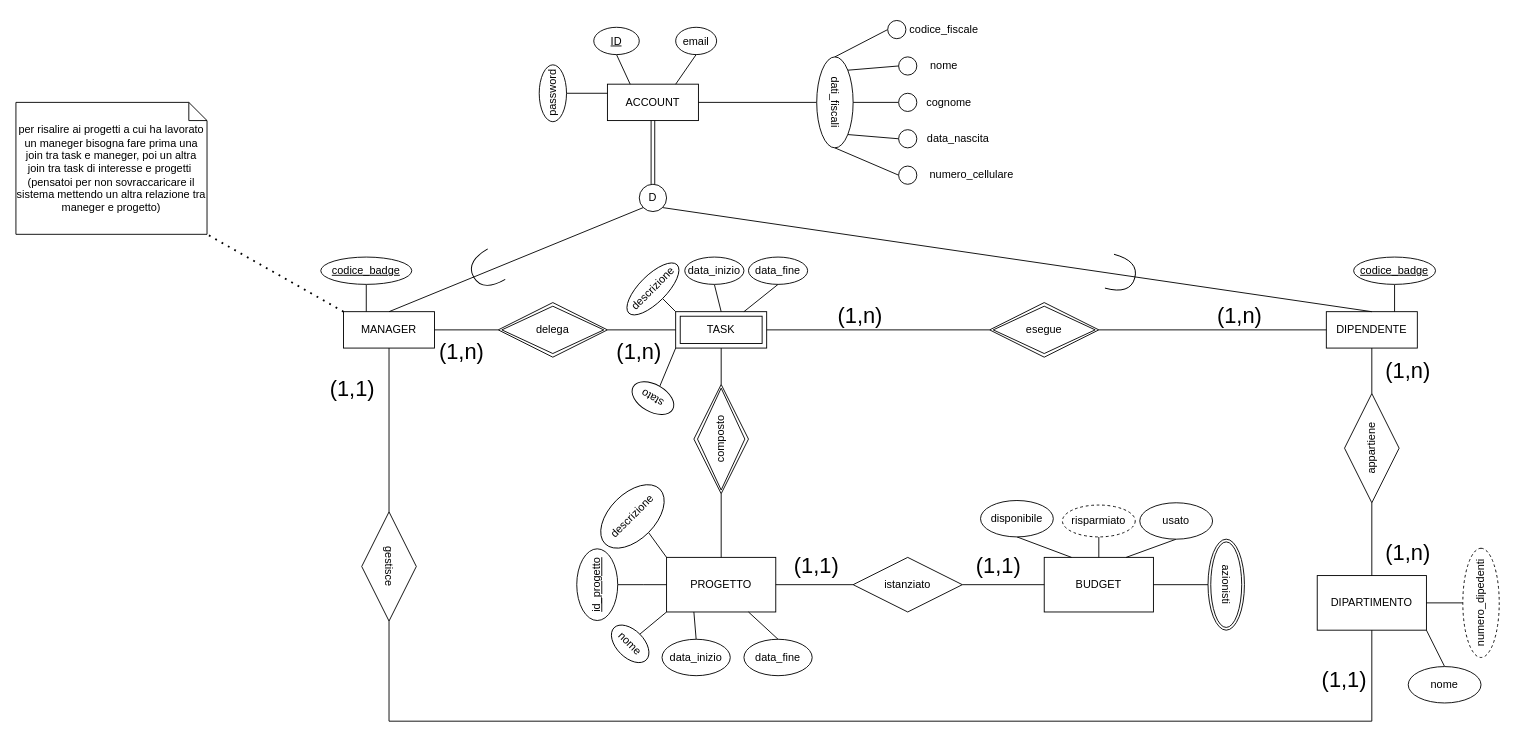
This is GestionaleAziendale.drawio from geppy-00/Progetto-Basi-Di-Dati, a draw.io file, before an edit. Source tidied: cells renumbered, new cells numbered last; positions are measured from the earlier drawing's top-left corner, leaving out a move shared by most shapes. Both pictures are drawn from the tidied source at 91%, with x=0, y=0 at pixel (15, 15).
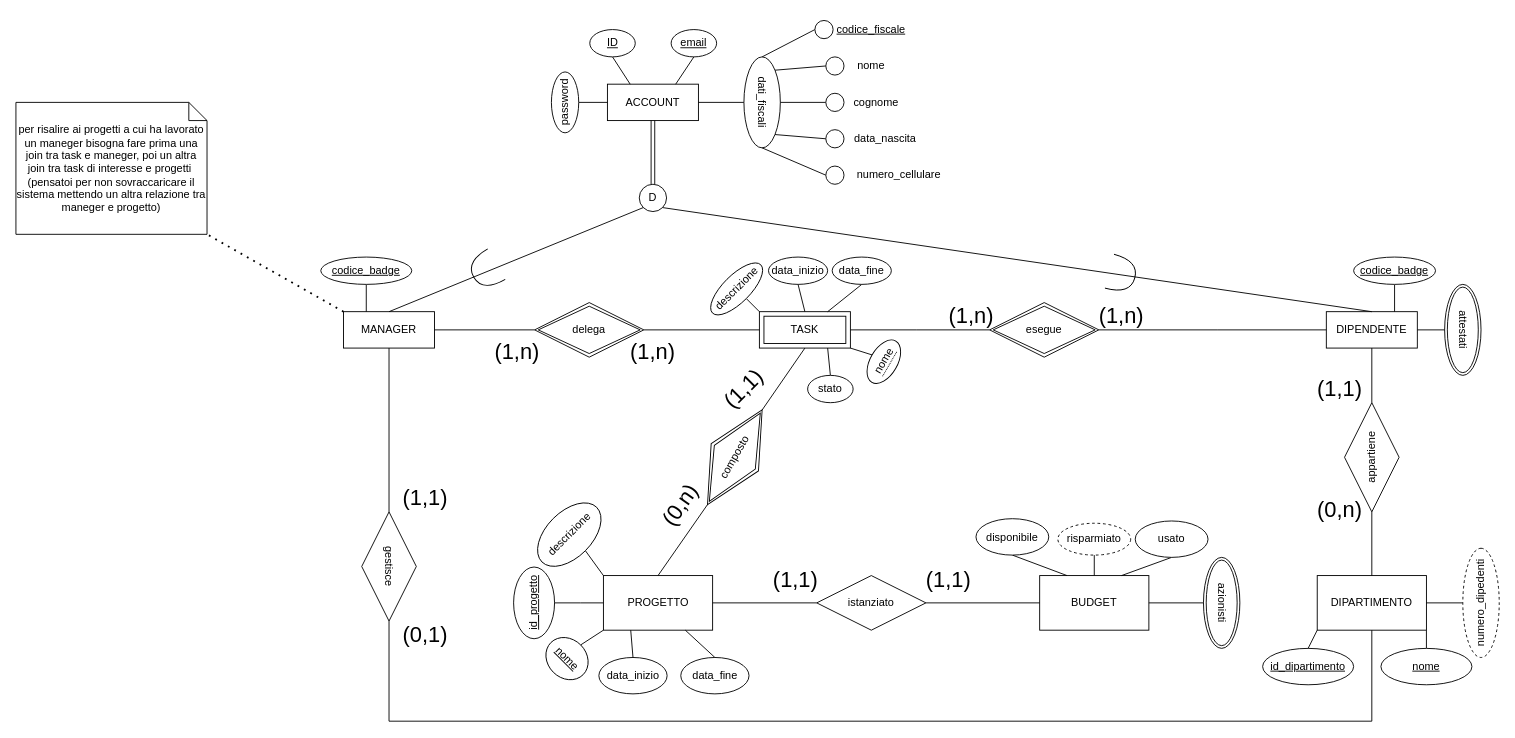
The same diagram, later.

The change refers to these unchanged cells:
```xml
<mxCell id="4" value="ACCOUNT" style="whiteSpace=wrap;html=1;align=center;" parent="1" vertex="1">
  <mxGeometry x="650" y="75" width="100" height="40" as="geometry" />
</mxCell>
<mxCell id="5" value="DIPENDENTE" style="whiteSpace=wrap;html=1;align=center;" parent="1" vertex="1">
  <mxGeometry x="1440" y="325" width="100" height="40" as="geometry" />
</mxCell>
<mxCell id="12" value="esegue" style="shape=rhombus;double=1;perimeter=rhombusPerimeter;whiteSpace=wrap;html=1;align=center;rotation=0;" parent="1" vertex="1">
  <mxGeometry x="1070" y="315" width="120" height="60" as="geometry" />
</mxCell>
<mxCell id="23" value="DIPARTIMENTO" style="rounded=0;whiteSpace=wrap;html=1;" parent="1" vertex="1">
  <mxGeometry x="1430" y="615" width="120" height="60" as="geometry" />
</mxCell>
```

Change to the diagram source:
```diff
@@
     <mxCell id="2" value="TASK" style="shape=ext;margin=3;double=1;whiteSpace=wrap;html=1;align=center;" parent="1" vertex="1">
-      <mxGeometry x="725" y="325" width="100" height="40" as="geometry" />
+      <mxGeometry x="817" y="325" width="100" height="40" as="geometry" />
     </mxCell>
@@
     <mxCell id="10" value="PROGETTO" style="rounded=0;whiteSpace=wrap;html=1;" parent="1" vertex="1">
-      <mxGeometry x="715" y="595" width="120" height="60" as="geometry" />
+      <mxGeometry x="645.6" y="615" width="120" height="60" as="geometry" />
     </mxCell>
@@
     <mxCell id="14" value="delega" style="shape=rhombus;double=1;perimeter=rhombusPerimeter;whiteSpace=wrap;html=1;align=center;rotation=0;" parent="1" vertex="1">
-      <mxGeometry x="530" y="315" width="120" height="60" as="geometry" />
+      <mxGeometry x="570" y="315" width="120" height="60" as="geometry" />
     </mxCell>
     <mxCell id="15" value="BUDGET" style="rounded=0;whiteSpace=wrap;html=1;" parent="1" vertex="1">
-      <mxGeometry x="1130" y="595" width="120" height="60" as="geometry" />
+      <mxGeometry x="1125" y="615" width="120" height="60" as="geometry" />
     </mxCell>
     <mxCell id="16" value="azionisti" style="ellipse;shape=doubleEllipse;margin=3;whiteSpace=wrap;html=1;align=center;rotation=90;" parent="1" vertex="1">
-      <mxGeometry x="1280" y="605" width="100" height="40" as="geometry" />
+      <mxGeometry x="1275" y="625" width="100" height="40" as="geometry" />
     </mxCell>
@@
-    <mxCell id="19" value="composto" style="shape=rhombus;double=1;perimeter=rhombusPerimeter;whiteSpace=wrap;html=1;align=center;rotation=-90;" parent="1" vertex="1">
-      <mxGeometry x="715" y="435" width="120" height="60" as="geometry" />
+    <mxCell id="19" value="composto" style="shape=rhombus;double=1;perimeter=rhombusPerimeter;whiteSpace=wrap;html=1;align=center;rotation=-60;" parent="1" vertex="1">
+      <mxGeometry x="730" y="455" width="120" height="60" as="geometry" />
     </mxCell>
@@
     <mxCell id="22" value="dati_fiscali" style="ellipse;whiteSpace=wrap;html=1;align=center;rotation=90;" parent="1" vertex="1">
-      <mxGeometry x="850" y="75" width="100" height="40" as="geometry" />
+      <mxGeometry x="770" y="75" width="100" height="40" as="geometry" />
     </mxCell>
@@
     <mxCell id="24" value="appartiene" style="shape=rhombus;perimeter=rhombusPerimeter;whiteSpace=wrap;html=1;align=center;rotation=-90;" parent="1" vertex="1">
-      <mxGeometry x="1430" y="445" width="120" height="60" as="geometry" />
+      <mxGeometry x="1430" y="455" width="120" height="60" as="geometry" />
     </mxCell>
@@
     <mxCell id="29" style="endArrow=none;html=1;rounded=0;exitX=0;exitY=0.5;exitDx=0;exitDy=0;entryX=1;entryY=0.5;entryDx=0;entryDy=0;" parent="1" edge="1" source="12" target="2">
-      <mxGeometry relative="1" as="geometry" />
+      <mxGeometry relative="1" as="geometry">
+        <Array as="points">
+          <mxPoint x="990" y="345" />
+        </Array>
+      </mxGeometry>
     </mxCell>
     <mxCell id="30" style="endArrow=none;html=1;rounded=0;exitX=0;exitY=0.5;exitDx=0;exitDy=0;entryX=1;entryY=0.5;entryDx=0;entryDy=0;" parent="1" edge="1" source="5" target="12">
-      <mxGeometry relative="1" as="geometry" />
+      <mxGeometry relative="1" as="geometry">
+        <Array as="points">
+          <mxPoint x="1320" y="345" />
+        </Array>
+      </mxGeometry>
     </mxCell>
@@
     <mxCell id="36" value="istanziato" style="shape=rhombus;perimeter=rhombusPerimeter;whiteSpace=wrap;html=1;align=center;" parent="1" vertex="1">
-      <mxGeometry x="920" y="595" width="120" height="60" as="geometry" />
+      <mxGeometry x="880" y="615" width="120" height="60" as="geometry" />
     </mxCell>
@@
     <mxCell id="42" style="ellipse;whiteSpace=wrap;html=1;" parent="1" vertex="1">
-      <mxGeometry x="970" y="45" width="20" height="20" as="geometry" />
+      <mxGeometry x="890" y="45" width="20" height="20" as="geometry" />
     </mxCell>
     <mxCell id="43" style="ellipse;whiteSpace=wrap;html=1;" parent="1" vertex="1">
-      <mxGeometry x="970" y="85" width="20" height="20" as="geometry" />
+      <mxGeometry x="890" y="85" width="20" height="20" as="geometry" />
     </mxCell>
     <mxCell id="44" style="ellipse;whiteSpace=wrap;html=1;" parent="1" vertex="1">
-      <mxGeometry x="970" y="125" width="20" height="20" as="geometry" />
+      <mxGeometry x="890" y="125" width="20" height="20" as="geometry" />
     </mxCell>
     <mxCell id="45" value="nome" style="text;html=1;align=center;verticalAlign=middle;whiteSpace=wrap;rounded=0;" parent="1" vertex="1">
-      <mxGeometry x="990" y="40" width="60" height="30" as="geometry" />
+      <mxGeometry x="910" y="40" width="60" height="30" as="geometry" />
     </mxCell>
     <mxCell id="46" value="cognome" style="text;html=1;align=center;verticalAlign=middle;strokeColor=none;fillColor=none;" parent="1" vertex="1">
-      <mxGeometry x="990" y="80" width="70" height="30" as="geometry" />
+      <mxGeometry x="910" y="80" width="70" height="30" as="geometry" />
     </mxCell>
     <mxCell id="47" value="data_nascita" style="text;html=1;align=center;verticalAlign=middle;strokeColor=none;fillColor=none;" parent="1" vertex="1">
-      <mxGeometry x="990" y="120" width="90" height="30" as="geometry" />
+      <mxGeometry x="910" y="120" width="90" height="30" as="geometry" />
     </mxCell>
@@
     <mxCell id="49" style="ellipse;whiteSpace=wrap;html=1;" parent="1" vertex="1">
-      <mxGeometry x="958" y="5" width="20" height="20" as="geometry" />
+      <mxGeometry x="878" y="5" width="20" height="20" as="geometry" />
     </mxCell>
-    <mxCell id="50" value="codice_fiscale" style="text;html=1;align=center;verticalAlign=middle;whiteSpace=wrap;rounded=0;" parent="1" vertex="1">
-      <mxGeometry x="990" width="60" height="30" as="geometry" />
+    <mxCell id="50" value="&lt;u&gt;codice_fiscale&lt;/u&gt;" style="text;html=1;align=center;verticalAlign=middle;whiteSpace=wrap;rounded=0;" parent="1" vertex="1">
+      <mxGeometry x="910" width="60" height="30" as="geometry" />
     </mxCell>
@@
-    <mxCell id="52" style="endArrow=none;html=1;rounded=0;exitX=0.5;exitY=1;exitDx=0;exitDy=0;entryX=0;entryY=0.25;entryDx=0;entryDy=0;" parent="1" edge="1" source="54" target="4">
+    <mxCell id="52" style="endArrow=none;html=1;rounded=0;exitX=0.5;exitY=1;exitDx=0;exitDy=0;entryX=0;entryY=0.5;entryDx=0;entryDy=0;" parent="1" edge="1" source="54" target="4">
       <mxGeometry relative="1" as="geometry" />
     </mxCell>
     <mxCell id="53" value="ID" style="ellipse;whiteSpace=wrap;html=1;align=center;fontStyle=4;" parent="1" vertex="1">
-      <mxGeometry x="635" y="12.5" width="50" height="30" as="geometry" />
+      <mxGeometry x="630.6" y="15" width="50" height="30" as="geometry" />
     </mxCell>
     <mxCell id="54" value="password" style="ellipse;whiteSpace=wrap;html=1;align=center;rotation=-90;" parent="1" vertex="1">
-      <mxGeometry x="558.8" y="70" width="62.5" height="30" as="geometry" />
+      <mxGeometry x="570" y="80" width="66.9" height="30" as="geometry" />
     </mxCell>
@@
-    <mxCell id="56" value="email" style="ellipse;whiteSpace=wrap;html=1;align=center;" parent="1" vertex="1">
-      <mxGeometry x="725" y="12.5" width="45" height="30" as="geometry" />
-    </mxCell>
@@
     <mxCell id="62" style="ellipse;whiteSpace=wrap;html=1;" parent="1" vertex="1">
-      <mxGeometry x="970" y="165" width="20" height="20" as="geometry" />
+      <mxGeometry x="890" y="165" width="20" height="20" as="geometry" />
     </mxCell>
     <mxCell id="63" value="numero_cellulare" style="text;html=1;align=center;verticalAlign=middle;strokeColor=none;fillColor=none;" parent="1" vertex="1">
-      <mxGeometry x="990" y="160" width="120" height="30" as="geometry" />
+      <mxGeometry x="910" y="160" width="120" height="30" as="geometry" />
     </mxCell>
     <mxCell id="64" style="endArrow=none;html=1;rounded=0;entryX=0;entryY=0.5;entryDx=0;entryDy=0;exitX=0.5;exitY=1;exitDx=0;exitDy=0;" parent="1" edge="1" source="65" target="10">
       <mxGeometry relative="1" as="geometry">
         <Array as="points">
-          <mxPoint x="690" y="625" />
+          <mxPoint x="620.6" y="645" />
         </Array>
       </mxGeometry>
     </mxCell>
     <mxCell id="65" value="id_progetto" style="ellipse;whiteSpace=wrap;html=1;align=center;fontStyle=4;rotation=-90;" parent="1" vertex="1">
-      <mxGeometry x="599.4" y="602.5" width="78.8" height="45" as="geometry" />
+      <mxGeometry x="530" y="622.5" width="78.8" height="45" as="geometry" />
     </mxCell>
@@
     <mxCell id="67" value="descrizione" style="ellipse;whiteSpace=wrap;html=1;align=center;rotation=-45;" parent="1" vertex="1">
-      <mxGeometry x="635" y="525" width="85" height="50" as="geometry" />
+      <mxGeometry x="565.6" y="545" width="85" height="50" as="geometry" />
     </mxCell>
-    <mxCell id="68" style="endArrow=none;html=1;rounded=0;entryX=0;entryY=1;entryDx=0;entryDy=0;exitX=0.5;exitY=0;exitDx=0;exitDy=0;" parent="1" edge="1" source="69" target="10">
+    <mxCell id="68" style="endArrow=none;html=1;rounded=0;entryX=0;entryY=1;entryDx=0;entryDy=0;exitX=0.5;exitY=0;exitDx=0;exitDy=0;" parent="1" edge="1" source="105" target="10">
       <mxGeometry relative="1" as="geometry" />
     </mxCell>
-    <mxCell id="69" value="nome" style="ellipse;whiteSpace=wrap;html=1;align=center;rotation=45;" parent="1" vertex="1">
-      <mxGeometry x="650" y="675" width="50" height="30" as="geometry" />
-    </mxCell>
@@
     <mxCell id="71" value="data_inizio" style="ellipse;whiteSpace=wrap;html=1;align=center;rotation=0;" parent="1" vertex="1">
-      <mxGeometry x="710" y="685" width="75" height="40" as="geometry" />
+      <mxGeometry x="640.6" y="705" width="75" height="40" as="geometry" />
     </mxCell>
@@
     <mxCell id="73" value="data_fine" style="ellipse;whiteSpace=wrap;html=1;align=center;rotation=0;" parent="1" vertex="1">
-      <mxGeometry x="800" y="685" width="75" height="40" as="geometry" />
+      <mxGeometry x="730.6" y="705" width="75" height="40" as="geometry" />
     </mxCell>
@@
     <mxCell id="76" value="disponibile" style="ellipse;whiteSpace=wrap;html=1;align=center;rotation=0;" parent="1" vertex="1">
-      <mxGeometry x="1060" y="532.5" width="80" height="40" as="geometry" />
+      <mxGeometry x="1055" y="552.5" width="80" height="40" as="geometry" />
     </mxCell>
     <mxCell id="77" value="risparmiato" style="ellipse;whiteSpace=wrap;html=1;align=center;dashed=1;" parent="1" vertex="1">
-      <mxGeometry x="1150" y="537.5" width="80" height="35" as="geometry" />
+      <mxGeometry x="1145" y="557.5" width="80" height="35" as="geometry" />
     </mxCell>
@@
     <mxCell id="79" value="usato" style="ellipse;whiteSpace=wrap;html=1;align=center;rotation=0;" parent="1" vertex="1">
-      <mxGeometry x="1235" y="535" width="80" height="40" as="geometry" />
+      <mxGeometry x="1230" y="555" width="80" height="40" as="geometry" />
     </mxCell>
@@
     <mxCell id="81" value="descrizione" style="ellipse;whiteSpace=wrap;html=1;align=center;rotation=-45;" parent="1" vertex="1">
-      <mxGeometry x="662.5" y="285" width="75" height="30" as="geometry" />
+      <mxGeometry x="754.5" y="285" width="75" height="30" as="geometry" />
     </mxCell>
@@
     <mxCell id="83" value="data_inizio" style="ellipse;whiteSpace=wrap;html=1;align=center;rotation=0;" parent="1" vertex="1">
-      <mxGeometry x="735" y="265" width="65" height="30" as="geometry" />
+      <mxGeometry x="827" y="265" width="65" height="30" as="geometry" />
     </mxCell>
@@
     <mxCell id="85" value="data_fine" style="ellipse;whiteSpace=wrap;html=1;align=center;rotation=0;" parent="1" vertex="1">
-      <mxGeometry x="805" y="265" width="65" height="30" as="geometry" />
+      <mxGeometry x="897" y="265" width="65" height="30" as="geometry" />
     </mxCell>
-    <mxCell id="86" style="endArrow=none;html=1;rounded=0;exitX=0.5;exitY=1;exitDx=0;exitDy=0;entryX=0;entryY=1;entryDx=0;entryDy=0;" parent="1" edge="1" source="87" target="2">
+    <mxCell id="86" style="endArrow=none;html=1;rounded=0;exitX=0.5;exitY=0;exitDx=0;exitDy=0;entryX=0.75;entryY=1;entryDx=0;entryDy=0;" parent="1" edge="1" source="87" target="2">
       <mxGeometry relative="1" as="geometry" />
     </mxCell>
-    <mxCell id="87" value="stato" style="ellipse;whiteSpace=wrap;html=1;align=center;rotation=-150;" parent="1" vertex="1">
-      <mxGeometry x="675" y="405" width="50" height="30" as="geometry" />
+    <mxCell id="87" value="stato" style="ellipse;whiteSpace=wrap;html=1;align=center;rotation=0;" parent="1" vertex="1">
+      <mxGeometry x="870" y="395" width="50" height="30" as="geometry" />
     </mxCell>
-    <mxCell id="88" style="endArrow=none;html=1;rounded=0;exitX=0.5;exitY=0;exitDx=0;exitDy=0;entryX=1;entryY=1;entryDx=0;entryDy=0;" parent="1" edge="1" source="89" target="23">
+    <mxCell id="88" style="endArrow=none;html=1;rounded=0;exitX=0.5;exitY=0;exitDx=0;exitDy=0;entryX=1;entryY=1;entryDx=0;entryDy=0;" parent="1" edge="1" source="102" target="23">
       <mxGeometry relative="1" as="geometry" />
     </mxCell>
-    <mxCell id="89" value="nome" style="ellipse;whiteSpace=wrap;html=1;align=center;rotation=0;" parent="1" vertex="1">
-      <mxGeometry x="1530" y="715" width="80" height="40" as="geometry" />
-    </mxCell>
@@
-    <mxCell id="92" value="&lt;font style=&quot;font-size: 24px;&quot;&gt;(1,n)&lt;/font&gt;" style="text;html=1;align=center;verticalAlign=middle;whiteSpace=wrap;rounded=0;" parent="1" vertex="1">
-      <mxGeometry x="1500" y="375" width="60" height="30" as="geometry" />
+    <mxCell id="92" value="&lt;font style=&quot;font-size: 24px;&quot;&gt;(1,1)&lt;/font&gt;" style="text;html=1;align=center;verticalAlign=middle;whiteSpace=wrap;rounded=0;" parent="1" vertex="1">
+      <mxGeometry x="1425" y="395" width="60" height="30" as="geometry" />
     </mxCell>
-    <mxCell id="93" value="&lt;font style=&quot;font-size: 24px;&quot;&gt;(1,n)&lt;/font&gt;" style="text;html=1;align=center;verticalAlign=middle;whiteSpace=wrap;rounded=0;" parent="1" vertex="1">
-      <mxGeometry x="1500" y="575" width="60" height="30" as="geometry" />
+    <mxCell id="93" value="&lt;font style=&quot;font-size: 24px;&quot;&gt;(0,n)&lt;/font&gt;" style="text;html=1;align=center;verticalAlign=middle;whiteSpace=wrap;rounded=0;" parent="1" vertex="1">
+      <mxGeometry x="1425" y="527.5" width="60" height="30" as="geometry" />
     </mxCell>
     <mxCell id="94" value="&lt;font style=&quot;font-size: 24px;&quot;&gt;(1,1)&lt;/font&gt;" style="text;html=1;align=center;verticalAlign=middle;whiteSpace=wrap;rounded=0;" parent="1" vertex="1">
-      <mxGeometry x="340" y="395" width="60" height="30" as="geometry" />
+      <mxGeometry x="420" y="515" width="60" height="30" as="geometry" />
     </mxCell>
-    <mxCell id="95" value="&lt;font style=&quot;font-size: 24px;&quot;&gt;(1,1)&lt;/font&gt;" style="text;html=1;align=center;verticalAlign=middle;whiteSpace=wrap;rounded=0;" parent="1" vertex="1">
-      <mxGeometry x="1430" y="715" width="60" height="30" as="geometry" />
+    <mxCell id="95" value="&lt;font style=&quot;font-size: 24px;&quot;&gt;(0,1)&lt;/font&gt;" style="text;html=1;align=center;verticalAlign=middle;whiteSpace=wrap;rounded=0;" parent="1" vertex="1">
+      <mxGeometry x="420" y="665" width="60" height="30" as="geometry" />
     </mxCell>
     <mxCell id="96" value="&lt;font style=&quot;font-size: 24px;&quot;&gt;(1,n)&lt;/font&gt;" style="text;html=1;align=center;verticalAlign=middle;whiteSpace=wrap;rounded=0;" parent="1" vertex="1">
-      <mxGeometry x="460" y="355" width="60" height="30" as="geometry" />
+      <mxGeometry x="520.6" y="355" width="60" height="30" as="geometry" />
     </mxCell>
     <mxCell id="97" value="&lt;font style=&quot;font-size: 24px;&quot;&gt;(1,n)&lt;/font&gt;" style="text;html=1;align=center;verticalAlign=middle;whiteSpace=wrap;rounded=0;" parent="1" vertex="1">
-      <mxGeometry x="655" y="355" width="60" height="30" as="geometry" />
+      <mxGeometry x="670" y="355" width="60" height="30" as="geometry" />
     </mxCell>
     <mxCell id="98" value="&lt;font style=&quot;font-size: 24px;&quot;&gt;(1,n)&lt;/font&gt;" style="text;html=1;align=center;verticalAlign=middle;whiteSpace=wrap;rounded=0;" parent="1" vertex="1">
-      <mxGeometry x="1315" y="315" width="60" height="30" as="geometry" />
+      <mxGeometry x="1185" y="315" width="60" height="30" as="geometry" />
     </mxCell>
     <mxCell id="99" value="&lt;font style=&quot;font-size: 24px;&quot;&gt;(1,n)&lt;/font&gt;" style="text;html=1;align=center;verticalAlign=middle;whiteSpace=wrap;rounded=0;" parent="1" vertex="1">
-      <mxGeometry x="898" y="315" width="60" height="30" as="geometry" />
+      <mxGeometry x="1020" y="315" width="60" height="30" as="geometry" />
     </mxCell>
     <mxCell id="100" value="&lt;font style=&quot;font-size: 24px;&quot;&gt;(1,1)&lt;/font&gt;" style="text;html=1;align=center;verticalAlign=middle;whiteSpace=wrap;rounded=0;" parent="1" vertex="1">
-      <mxGeometry x="850" y="590" width="60" height="30" as="geometry" />
+      <mxGeometry x="827" y="605" width="60" height="30" as="geometry" />
     </mxCell>
     <mxCell id="101" value="&lt;font style=&quot;font-size: 24px;&quot;&gt;(1,1)&lt;/font&gt;" style="text;html=1;align=center;verticalAlign=middle;whiteSpace=wrap;rounded=0;" parent="1" vertex="1">
-      <mxGeometry x="1050" y="590" width="60" height="30" as="geometry" />
+      <mxGeometry x="995" y="605" width="60" height="30" as="geometry" />
     </mxCell>
+    <mxCell id="102" value="nome" style="ellipse;whiteSpace=wrap;html=1;align=center;fontStyle=4;" parent="1" vertex="1">
+      <mxGeometry x="1500" y="695" width="100" height="40" as="geometry" />
+    </mxCell>
+    <mxCell id="103" style="endArrow=none;html=1;rounded=0;exitX=0.5;exitY=0;exitDx=0;exitDy=0;entryX=0;entryY=1;entryDx=0;entryDy=0;" parent="1" edge="1" source="104" target="23">
+      <mxGeometry relative="1" as="geometry" />
+    </mxCell>
+    <mxCell id="104" value="id_dipartimento" style="ellipse;whiteSpace=wrap;html=1;align=center;fontStyle=4;" parent="1" vertex="1">
+      <mxGeometry x="1370" y="695" width="100" height="40" as="geometry" />
+    </mxCell>
+    <mxCell id="105" value="nome" style="ellipse;whiteSpace=wrap;html=1;align=center;fontStyle=4;rotation=45;" parent="1" vertex="1">
+      <mxGeometry x="580.6" y="685" width="50" height="42.5" as="geometry" />
+    </mxCell>
+    <mxCell id="56" value="email" style="ellipse;whiteSpace=wrap;html=1;align=center;fontStyle=4;" parent="1" vertex="1">
+      <mxGeometry x="720" y="15" width="50" height="30" as="geometry" />
+    </mxCell>
+    <mxCell id="106" value="&lt;span style=&quot;border-bottom: 1px dotted&quot;&gt;nome&lt;/span&gt;" style="ellipse;whiteSpace=wrap;html=1;align=center;rotation=-60;" parent="1" vertex="1">
+      <mxGeometry x="927.5" y="365" width="52.5" height="30" as="geometry" />
+    </mxCell>
+    <mxCell id="107" style="endArrow=none;html=1;rounded=0;exitX=0.5;exitY=0;exitDx=0;exitDy=0;entryX=1;entryY=1;entryDx=0;entryDy=0;" parent="1" edge="1" source="106" target="2">
+      <mxGeometry relative="1" as="geometry" />
+    </mxCell>
+    <mxCell id="108" value="&lt;font style=&quot;font-size: 24px;&quot;&gt;(1,1)&lt;/font&gt;" style="text;html=1;align=center;verticalAlign=middle;whiteSpace=wrap;rounded=0;rotation=-45;" parent="1" vertex="1">
+      <mxGeometry x="770" y="395" width="60" height="30" as="geometry" />
+    </mxCell>
+    <mxCell id="109" value="&lt;font style=&quot;font-size: 24px;&quot;&gt;(0,n)&lt;/font&gt;" style="text;html=1;align=center;verticalAlign=middle;whiteSpace=wrap;rounded=0;rotation=-55;" parent="1" vertex="1">
+      <mxGeometry x="700" y="522.5" width="60" height="30" as="geometry" />
+    </mxCell>
+    <mxCell id="110" value="attestati" style="ellipse;shape=doubleEllipse;margin=3;whiteSpace=wrap;html=1;align=center;rotation=90;" parent="1" vertex="1">
+      <mxGeometry x="1540" y="325" width="100" height="40" as="geometry" />
+    </mxCell>
+    <mxCell id="111" style="endArrow=none;html=1;rounded=0;exitX=1;exitY=0.5;exitDx=0;exitDy=0;entryX=0.5;entryY=1;entryDx=0;entryDy=0;" parent="1" edge="1" source="5" target="110">
+      <mxGeometry relative="1" as="geometry" />
+    </mxCell>
```
